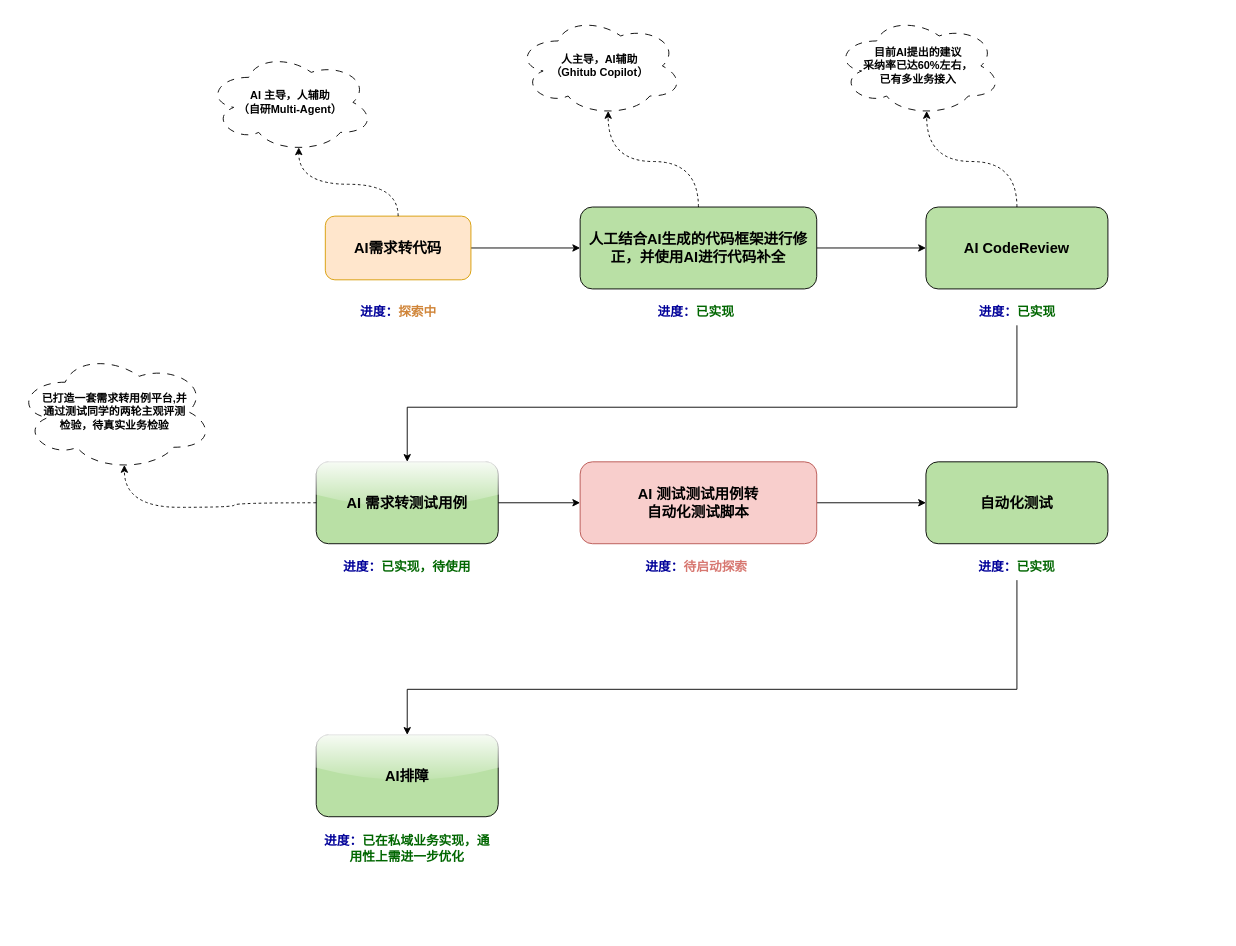
Above: 未来AIOps研发模式.drawio in skindhu/9GAG (draw.io), before the change. Source tidied: cells renumbered, new cells numbered last; positions are measured from the earlier drawing's top-left corner, leaving out a move shared by most shapes. Both pictures are drawn from the tidied source at 91%, with x=0, y=0 at pixel (15, 15).
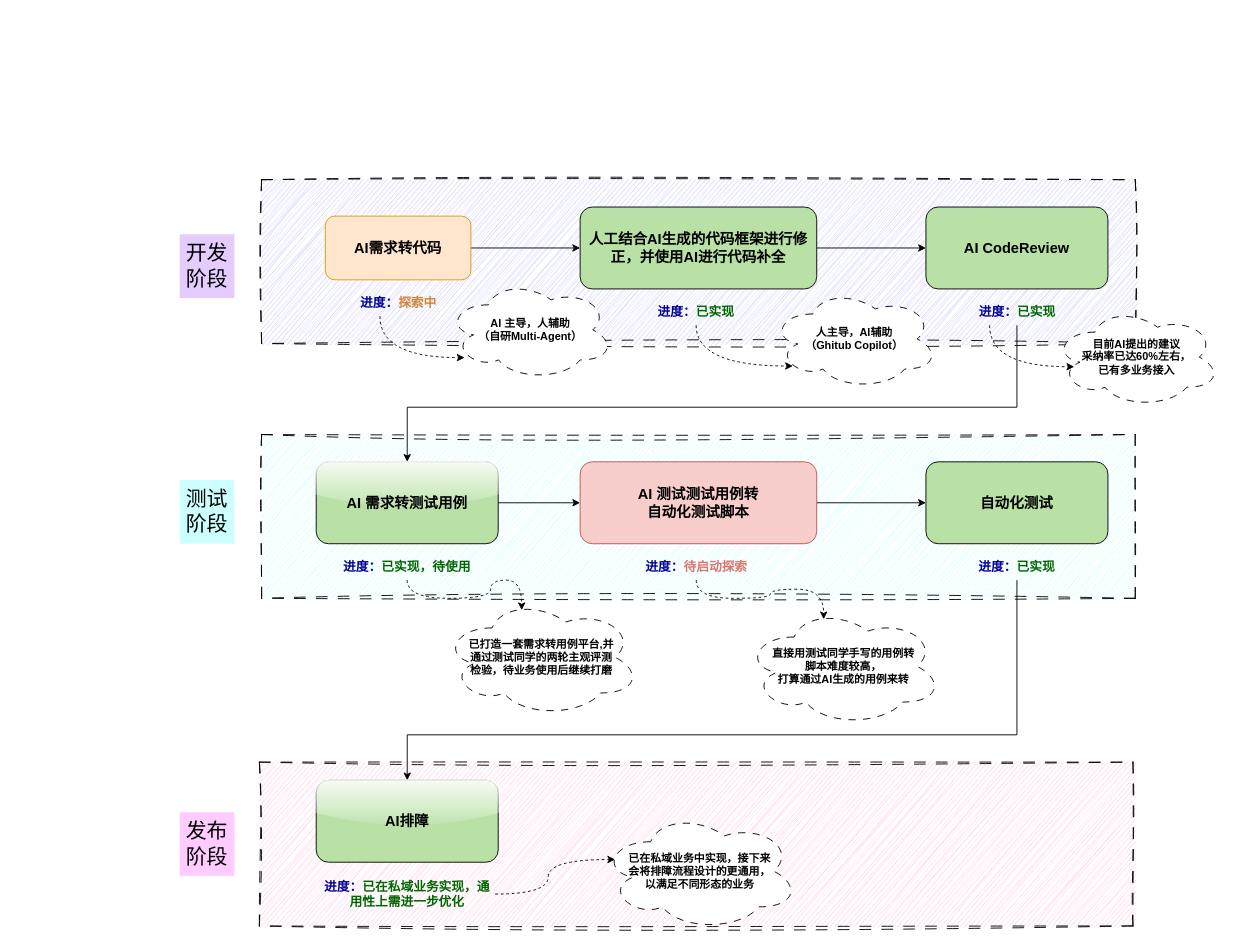
The same diagram, later.

Commit message (it also covers changes not shown here):
更新未来AIOps研发模式.drawio

The change refers to these unchanged cells:
```xml
<mxCell id="3" value="AI需求转代码" style="rounded=1;whiteSpace=wrap;html=1;fillColor=#ffe6cc;fontSize=16;fontStyle=1;strokeColor=#d79b00;" parent="1" vertex="1">
  <mxGeometry x="340" y="220" width="160" height="70" as="geometry" />
</mxCell>
<mxCell id="7" value="人工结合AI生成的代码框架进行修正，并使用AI进行代码补全" style="rounded=1;whiteSpace=wrap;html=1;fillColor=#B9E0A5;fontSize=16;fontStyle=1;" parent="1" vertex="1">
  <mxGeometry x="620" y="210" width="260" height="90" as="geometry" />
</mxCell>
<mxCell id="11" value="&lt;span style=&quot;font-size: 14px;&quot;&gt;&lt;font style=&quot;font-size: 14px;&quot; color=&quot;#000099&quot;&gt;进度：&lt;/font&gt;&lt;font style=&quot;font-size: 14px;&quot; color=&quot;#006600&quot;&gt;已实现&lt;/font&gt;&lt;/span&gt;" style="text;html=1;align=center;verticalAlign=middle;whiteSpace=wrap;rounded=0;fontStyle=1;fontSize=14;" parent="1" vertex="1">
  <mxGeometry x="694" y="310" width="107" height="30" as="geometry" />
</mxCell>
<mxCell id="12" value="AI CodeReview" style="rounded=1;whiteSpace=wrap;html=1;fillColor=#B9E0A5;fontSize=16;fontStyle=1;" parent="1" vertex="1">
  <mxGeometry x="1000" y="210" width="200" height="90" as="geometry" />
</mxCell>
<mxCell id="16" value="AI 需求转测试用例" style="rounded=1;whiteSpace=wrap;html=1;fillColor=#B9E0A5;fontSize=16;fontStyle=1;shadow=0;glass=1;" parent="1" vertex="1">
  <mxGeometry x="330" y="490" width="200" height="90" as="geometry" />
</mxCell>
<mxCell id="17" value="&lt;span style=&quot;font-size: 14px;&quot;&gt;&lt;font style=&quot;font-size: 14px;&quot; color=&quot;#000099&quot;&gt;进度：&lt;/font&gt;&lt;font style=&quot;font-size: 14px;&quot; color=&quot;#006600&quot;&gt;已实现，待使用&lt;/font&gt;&lt;/span&gt;" style="text;html=1;align=center;verticalAlign=middle;whiteSpace=wrap;rounded=0;fontStyle=1;fontSize=14;" parent="1" vertex="1">
  <mxGeometry x="358.2" y="590" width="143.5" height="30" as="geometry" />
</mxCell>
<mxCell id="20" value="&lt;font style=&quot;font-size: 14px;&quot; color=&quot;#000099&quot;&gt;进度：&lt;/font&gt;&lt;font color=&quot;#d77770&quot; style=&quot;font-size: 14px;&quot;&gt;待启动探索&lt;/font&gt;" style="text;html=1;align=center;verticalAlign=middle;whiteSpace=wrap;rounded=0;fontStyle=1;fontSize=14;" parent="1" vertex="1">
  <mxGeometry x="685.8" y="590" width="123.5" height="30" as="geometry" />
</mxCell>
<mxCell id="23" value="&lt;span style=&quot;font-size: 14px;&quot;&gt;&lt;font style=&quot;font-size: 14px;&quot; color=&quot;#000099&quot;&gt;进度：&lt;/font&gt;&lt;font style=&quot;font-size: 14px;&quot; color=&quot;#006600&quot;&gt;已实现&lt;/font&gt;&lt;/span&gt;" style="text;html=1;align=center;verticalAlign=middle;whiteSpace=wrap;rounded=0;fontStyle=1;fontSize=14;" parent="1" vertex="1">
  <mxGeometry x="1028.2" y="590" width="143.5" height="30" as="geometry" />
</mxCell>
```

Change to the diagram source:
```diff
@@
+    <mxCell id="30" style="rounded=0;whiteSpace=wrap;html=1;fillColor=#FFCCE6;dashed=1;dashPattern=12 12;sketch=1;curveFitting=1;jiggle=2;" parent="1" vertex="1">
+      <mxGeometry x="267.5" y="820" width="960" height="180" as="geometry" />
+    </mxCell>
+    <mxCell id="31" style="rounded=0;whiteSpace=wrap;html=1;fillColor=#CCFFFF;dashed=1;dashPattern=12 12;sketch=1;curveFitting=1;jiggle=2;" parent="1" vertex="1">
+      <mxGeometry x="270" y="460" width="960" height="180" as="geometry" />
+    </mxCell>
+    <mxCell id="32" style="rounded=0;whiteSpace=wrap;html=1;fillColor=#CCCCFF;dashed=1;dashPattern=12 12;sketch=1;curveFitting=1;jiggle=2;" parent="1" vertex="1">
+      <mxGeometry x="270" y="180" width="960" height="180" as="geometry" />
+    </mxCell>
@@
     <mxCell id="4" value="&lt;b&gt;AI 主导，人辅助&lt;br&gt;（自研Multi-Agent）&lt;/b&gt;" style="ellipse;shape=cloud;whiteSpace=wrap;html=1;align=center;dashed=1;dashPattern=8 8;" parent="1" vertex="1">
-      <mxGeometry x="210" y="40" width="183.3" height="110" as="geometry" />
+      <mxGeometry x="473.5" y="290" width="183.3" height="110" as="geometry" />
     </mxCell>
-    <mxCell id="5" style="edgeStyle=orthogonalEdgeStyle;rounded=0;jettySize=auto;html=1;entryX=0.55;entryY=0.95;entryDx=0;entryDy=0;entryPerimeter=0;curved=1;dashed=1;" parent="1" edge="1" source="3" target="4">
-      <mxGeometry relative="1" as="geometry" />
-    </mxCell>
@@
     <mxCell id="8" value="&lt;b&gt;人主导，AI辅助&lt;br&gt;（Ghitub Copilot）&lt;/b&gt;" style="ellipse;shape=cloud;whiteSpace=wrap;html=1;align=center;dashed=1;dashPattern=8 8;" parent="1" vertex="1">
-      <mxGeometry x="550" width="183.3" height="110" as="geometry" />
+      <mxGeometry x="830" y="300" width="183.3" height="110" as="geometry" />
     </mxCell>
-    <mxCell id="9" style="edgeStyle=orthogonalEdgeStyle;rounded=0;jettySize=auto;html=1;entryX=0.55;entryY=0.95;entryDx=0;entryDy=0;entryPerimeter=0;curved=1;dashed=1;" parent="1" edge="1" source="7" target="8">
-      <mxGeometry relative="1" as="geometry" />
-    </mxCell>
     <mxCell id="10" value="&lt;b style=&quot;font-size: 14px;&quot;&gt;&lt;font style=&quot;font-size: 14px;&quot; color=&quot;#000099&quot;&gt;进度：&lt;/font&gt;&lt;font color=&quot;#d08539&quot; style=&quot;font-size: 14px;&quot;&gt;探索中&lt;/font&gt;&lt;/b&gt;" style="text;html=1;align=center;verticalAlign=middle;whiteSpace=wrap;rounded=0;fontSize=14;" parent="1" vertex="1">
-      <mxGeometry x="366.5" y="310" width="107" height="30" as="geometry" />
+      <mxGeometry x="366.5" y="300" width="107" height="30" as="geometry" />
     </mxCell>
@@
     <mxCell id="22" style="edgeStyle=orthogonalEdgeStyle;rounded=0;jettySize=auto;html=1;entryX=0.5;entryY=0;entryDx=0;entryDy=0;" parent="1" edge="1" source="23" target="24">
       <mxGeometry relative="1" as="geometry">
         <Array as="points">
-          <mxPoint x="1100" y="740" />
-          <mxPoint x="430" y="740" />
+          <mxPoint x="1100" y="790" />
+          <mxPoint x="430" y="790" />
         </Array>
       </mxGeometry>
     </mxCell>
@@
     <mxCell id="24" value="AI排障" style="rounded=1;whiteSpace=wrap;html=1;fillColor=#B9E0A5;fontSize=16;fontStyle=1;glass=1;" parent="1" vertex="1">
-      <mxGeometry x="330" y="790" width="200" height="90" as="geometry" />
+      <mxGeometry x="330" y="840" width="200" height="90" as="geometry" />
     </mxCell>
     <mxCell id="25" value="&lt;span style=&quot;font-size: 14px;&quot;&gt;&lt;font style=&quot;font-size: 14px;&quot; color=&quot;#000099&quot;&gt;进度：&lt;/font&gt;&lt;font style=&quot;font-size: 14px;&quot; color=&quot;#006600&quot;&gt;已在私域业务实现，通用性上需进一步优化&lt;/font&gt;&lt;/span&gt;" style="text;html=1;align=center;verticalAlign=middle;whiteSpace=wrap;rounded=0;fontStyle=1;fontSize=14;" parent="1" vertex="1">
-      <mxGeometry x="333.2" y="900" width="193.5" height="30" as="geometry" />
+      <mxGeometry x="333.2" y="950" width="193.5" height="30" as="geometry" />
     </mxCell>
     <mxCell id="26" value="&lt;b&gt;目前AI提出的建议&lt;br&gt;采纳率已达60%左右，&lt;br&gt;已有多业务接入&lt;/b&gt;" style="ellipse;shape=cloud;whiteSpace=wrap;html=1;align=center;dashed=1;dashPattern=8 8;" parent="1" vertex="1">
-      <mxGeometry x="900" width="183.3" height="110" as="geometry" />
+      <mxGeometry x="1140" y="320" width="183.3" height="110" as="geometry" />
     </mxCell>
-    <mxCell id="27" style="edgeStyle=orthogonalEdgeStyle;rounded=0;jettySize=auto;html=1;entryX=0.55;entryY=0.95;entryDx=0;entryDy=0;entryPerimeter=0;curved=1;dashed=1;" parent="1" edge="1" source="12" target="26">
-      <mxGeometry relative="1" as="geometry" />
-    </mxCell>
-    <mxCell id="28" value="&lt;b&gt;已打造一套需求转用例平台,并&lt;br&gt;通过测试同学的两轮主观评测&lt;br&gt;检验，待真实业务检验&lt;br&gt;&lt;/b&gt;" style="ellipse;shape=cloud;whiteSpace=wrap;html=1;align=center;dashed=1;dashPattern=8 8;" parent="1" vertex="1">
-      <mxGeometry y="370" width="216.7" height="130" as="geometry" />
+    <mxCell id="28" value="&lt;b&gt;已打造一套需求转用例平台,并&lt;br&gt;通过测试同学的两轮主观评测&lt;br&gt;检验，待业务使用后继续打磨&lt;br&gt;&lt;/b&gt;" style="ellipse;shape=cloud;whiteSpace=wrap;html=1;align=center;dashed=1;dashPattern=8 8;" parent="1" vertex="1">
+      <mxGeometry x="469.1" y="640" width="216.7" height="130" as="geometry" />
     </mxCell>
-    <mxCell id="29" style="edgeStyle=orthogonalEdgeStyle;rounded=0;jettySize=auto;html=1;entryX=0.55;entryY=0.95;entryDx=0;entryDy=0;entryPerimeter=0;curved=1;dashed=1;" parent="1" edge="1" source="16" target="28">
-      <mxGeometry relative="1" as="geometry">
-        <Array as="points">
-          <mxPoint x="240" y="535" />
-          <mxPoint x="240" y="540" />
-          <mxPoint x="119" y="540" />
-        </Array>
-      </mxGeometry>
-    </mxCell>
+    <mxCell id="33" style="edgeStyle=orthogonalEdgeStyle;rounded=0;jettySize=auto;html=1;exitX=0.5;exitY=1;exitDx=0;exitDy=0;entryX=0.4;entryY=0.1;entryDx=0;entryDy=0;entryPerimeter=0;curved=1;dashed=1;" parent="1" edge="1" source="17" target="28">
+      <mxGeometry relative="1" as="geometry" />
+    </mxCell>
+    <mxCell id="34" value="&lt;b&gt;直接用测试同学手写的用例转&lt;br&gt;脚本难度较高，&lt;br&gt;打算通过AI生成的用例来转&lt;/b&gt;" style="ellipse;shape=cloud;whiteSpace=wrap;html=1;align=center;dashed=1;dashPattern=8 8;" parent="1" vertex="1">
+      <mxGeometry x="801" y="650" width="216.7" height="130" as="geometry" />
+    </mxCell>
+    <mxCell id="35" style="edgeStyle=orthogonalEdgeStyle;rounded=0;jettySize=auto;html=1;entryX=0.4;entryY=0.1;entryDx=0;entryDy=0;entryPerimeter=0;curved=1;dashed=1;" parent="1" edge="1" source="20" target="34">
+      <mxGeometry relative="1" as="geometry" />
+    </mxCell>
+    <mxCell id="36" value="&lt;b&gt;已在私域业务中实现，接下来&lt;br&gt;会将排障流程设计的更通用，&lt;br&gt;以满足不同形态的业务&lt;/b&gt;" style="ellipse;shape=cloud;whiteSpace=wrap;html=1;align=center;dashed=1;dashPattern=8 8;" parent="1" vertex="1">
+      <mxGeometry x="643.3" y="875" width="216.7" height="130" as="geometry" />
+    </mxCell>
+    <mxCell id="37" style="edgeStyle=orthogonalEdgeStyle;rounded=0;jettySize=auto;html=1;entryX=0.07;entryY=0.4;entryDx=0;entryDy=0;entryPerimeter=0;curved=1;dashed=1;" parent="1" edge="1" source="25" target="36">
+      <mxGeometry relative="1" as="geometry" />
+    </mxCell>
+    <mxCell id="38" value="开发阶段" style="text;html=1;align=center;verticalAlign=middle;whiteSpace=wrap;rounded=0;fontSize=23;fillColor=#E5CCFF;" parent="1" vertex="1">
+      <mxGeometry x="180" y="240" width="60" height="70" as="geometry" />
+    </mxCell>
+    <mxCell id="39" value="测试阶段" style="text;html=1;align=center;verticalAlign=middle;whiteSpace=wrap;rounded=0;fontSize=23;fillColor=#CCFFFF;" parent="1" vertex="1">
+      <mxGeometry x="180" y="510" width="60" height="70" as="geometry" />
+    </mxCell>
+    <mxCell id="40" value="发布阶段" style="text;html=1;align=center;verticalAlign=middle;whiteSpace=wrap;rounded=0;fontSize=23;fillColor=#FFCCFF;" parent="1" vertex="1">
+      <mxGeometry x="180" y="875" width="60" height="70" as="geometry" />
+    </mxCell>
+    <mxCell id="41" style="edgeStyle=orthogonalEdgeStyle;rounded=0;jettySize=auto;html=1;entryX=0.13;entryY=0.77;entryDx=0;entryDy=0;entryPerimeter=0;exitX=0.5;exitY=1;exitDx=0;exitDy=0;curved=1;dashed=1;" parent="1" edge="1" source="11" target="8">
+      <mxGeometry relative="1" as="geometry" />
+    </mxCell>
+    <mxCell id="42" style="edgeStyle=orthogonalEdgeStyle;rounded=0;orthogonalLoop=1;jettySize=auto;html=1;exitX=0.5;exitY=1;exitDx=0;exitDy=0;curved=1;dashed=1;" parent="1" edge="1">
+      <mxGeometry relative="1" as="geometry">
+        <mxPoint x="400" y="330" as="sourcePoint" />
+        <mxPoint x="493" y="375.5" as="targetPoint" />
+        <Array as="points">
+          <mxPoint x="399.8" y="375" />
+        </Array>
+      </mxGeometry>
+    </mxCell>
+    <mxCell id="43" style="edgeStyle=orthogonalEdgeStyle;rounded=0;orthogonalLoop=1;jettySize=auto;html=1;exitX=0.5;exitY=1;exitDx=0;exitDy=0;curved=1;dashed=1;" parent="1" edge="1">
+      <mxGeometry relative="1" as="geometry">
+        <mxPoint x="1070" y="340" as="sourcePoint" />
+        <mxPoint x="1163" y="385.5" as="targetPoint" />
+        <Array as="points">
+          <mxPoint x="1069.8" y="385" />
+        </Array>
+      </mxGeometry>
+    </mxCell>
```
